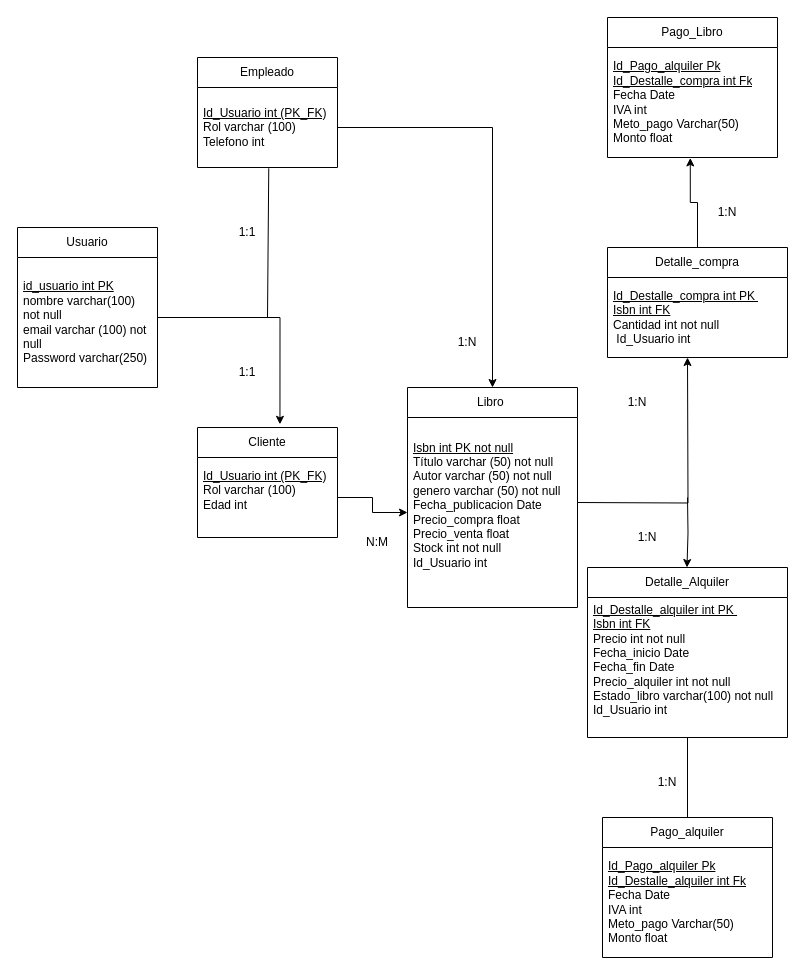
The draw.io diagram Bases de Datos/Diagrama- Modelo relacional .drawio in UserUnknown27/ProyectoFinDeCursoGrupo5, before the edit. Source tidied: cells renumbered, new cells numbered last; positions are measured from the earlier drawing's top-left corner, leaving out a move shared by most shapes. Both pictures are drawn from the tidied source at 100%, with x=0, y=0 at pixel (17, 17).
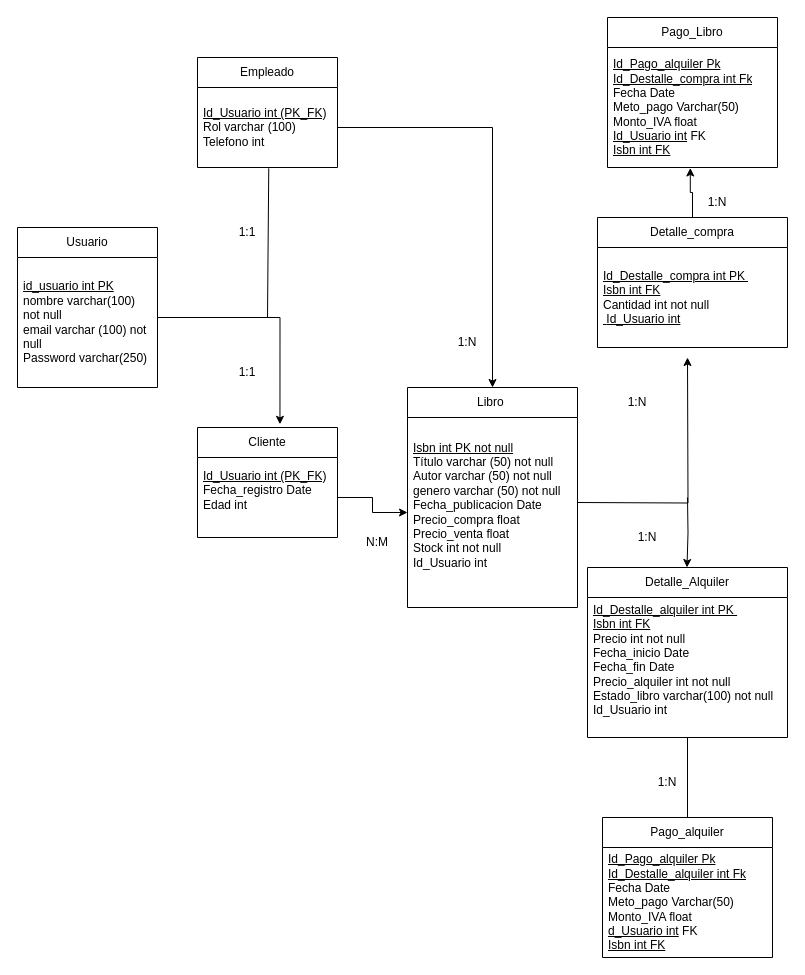
After the change.

Commit message (it also covers changes not shown here):
Modificaciones realizadas a los diagramas de BD para rediseñar la base de datos

Unchanged cells that the change refers to:
```xml
<mxCell id="6" value="Cliente" style="swimlane;fontStyle=0;horizontal=1;startSize=30;whiteSpace=wrap;html=1;" parent="1" vertex="1">
  <mxGeometry x="180" y="410" width="140" height="110" as="geometry" />
</mxCell>
<mxCell id="18" value="Pago_alquiler" style="swimlane;fontStyle=0;horizontal=1;startSize=30;whiteSpace=wrap;html=1;" parent="1" vertex="1">
  <mxGeometry x="585" y="800" width="170" height="140" as="geometry" />
</mxCell>
```

Change to the diagram source:
```diff
@@
-    <mxCell id="7" value="&lt;u&gt;Id_Usuario int (PK_FK)&lt;/u&gt;&lt;div&gt;&lt;div&gt;Rol varchar (100)&lt;/div&gt;&lt;div&gt;Edad int&amp;nbsp;&lt;/div&gt;&lt;div&gt;&lt;br&gt;&lt;/div&gt;&lt;/div&gt;" style="text;strokeColor=none;fillColor=none;align=left;verticalAlign=middle;spacingLeft=4;spacingRight=4;overflow=hidden;points=[[0,0.5],[1,0.5]];portConstraint=eastwest;whiteSpace=wrap;html=1;" parent="6" vertex="1">
+    <mxCell id="7" value="&lt;u&gt;Id_Usuario int (PK_FK)&lt;/u&gt;&lt;div&gt;&lt;div&gt;Fecha_registro Date&amp;nbsp;&lt;/div&gt;&lt;div&gt;Edad int&amp;nbsp;&lt;/div&gt;&lt;div&gt;&lt;br&gt;&lt;/div&gt;&lt;/div&gt;" style="text;strokeColor=none;fillColor=none;align=left;verticalAlign=middle;spacingLeft=4;spacingRight=4;overflow=hidden;points=[[0,0.5],[1,0.5]];portConstraint=eastwest;whiteSpace=wrap;html=1;" parent="6" vertex="1">
       <mxGeometry y="30" width="140" height="80" as="geometry" />
     </mxCell>
@@
     <mxCell id="14" value="Detalle_compra" style="swimlane;fontStyle=0;horizontal=1;startSize=30;whiteSpace=wrap;html=1;" parent="1" vertex="1">
-      <mxGeometry x="590" y="230" width="180" height="110" as="geometry" />
+      <mxGeometry x="580" y="200" width="190" height="130" as="geometry" />
     </mxCell>
-    <mxCell id="15" value="&lt;u&gt;Id_Destalle_compra int PK&amp;nbsp;&lt;/u&gt;&lt;div&gt;&lt;u&gt;Isbn int FK&lt;/u&gt;&lt;/div&gt;&lt;div&gt;Cantidad int not null&amp;nbsp;&lt;/div&gt;&lt;div&gt;&amp;nbsp;&lt;span style=&quot;background-color: transparent; color: light-dark(rgb(0, 0, 0), rgb(255, 255, 255));&quot;&gt;Id_Usuario int&amp;nbsp;&lt;/span&gt;&lt;/div&gt;" style="text;strokeColor=none;fillColor=none;align=left;verticalAlign=middle;spacingLeft=4;spacingRight=4;overflow=hidden;whiteSpace=wrap;html=1;" parent="14" vertex="1">
-      <mxGeometry y="30" width="180" height="80" as="geometry" />
+    <mxCell id="15" value="&lt;u&gt;Id_Destalle_compra int PK&amp;nbsp;&lt;/u&gt;&lt;div&gt;&lt;u&gt;Isbn int FK&lt;/u&gt;&lt;/div&gt;&lt;div&gt;Cantidad int not null&amp;nbsp;&lt;/div&gt;&lt;div&gt;&lt;u&gt;&amp;nbsp;&lt;/u&gt;&lt;span style=&quot;background-color: transparent; color: light-dark(rgb(0, 0, 0), rgb(255, 255, 255));&quot;&gt;&lt;u&gt;Id_Usuario int&lt;/u&gt;&amp;nbsp;&lt;/span&gt;&lt;/div&gt;" style="text;strokeColor=none;fillColor=none;align=left;verticalAlign=middle;spacingLeft=4;spacingRight=4;overflow=hidden;whiteSpace=wrap;html=1;" parent="14" vertex="1">
+      <mxGeometry y="30" width="190" height="100" as="geometry" />
     </mxCell>
@@
-    <mxCell id="19" value="&lt;u&gt;Id_Pago_alquiler Pk&lt;/u&gt;&lt;div&gt;&lt;u&gt;Id_Destalle_alquiler int Fk&lt;/u&gt;&lt;span style=&quot;background-color: transparent; color: light-dark(rgb(0, 0, 0), rgb(255, 255, 255));&quot;&gt;&lt;/span&gt;&lt;/div&gt;&lt;div&gt;&lt;span style=&quot;background-color: transparent; color: light-dark(rgb(0, 0, 0), rgb(255, 255, 255));&quot;&gt;Fecha Date&lt;/span&gt;&lt;div&gt;IVA int&lt;/div&gt;&lt;div&gt;Meto_pago Varchar(50)&lt;/div&gt;&lt;div&gt;Monto float&lt;/div&gt;&lt;/div&gt;" style="text;strokeColor=none;fillColor=none;align=left;verticalAlign=middle;spacingLeft=4;spacingRight=4;overflow=hidden;whiteSpace=wrap;html=1;" parent="18" vertex="1">
+    <mxCell id="19" value="&lt;u&gt;Id_Pago_alquiler Pk&lt;/u&gt;&lt;div&gt;&lt;u&gt;Id_Destalle_alquiler int Fk&lt;/u&gt;&lt;span style=&quot;background-color: transparent; color: light-dark(rgb(0, 0, 0), rgb(255, 255, 255));&quot;&gt;&lt;/span&gt;&lt;/div&gt;&lt;div&gt;&lt;span style=&quot;background-color: transparent; color: light-dark(rgb(0, 0, 0), rgb(255, 255, 255));&quot;&gt;Fecha Date&lt;/span&gt;&lt;div&gt;Meto_pago Varchar(50)&lt;/div&gt;&lt;div&gt;Monto_IVA float&lt;/div&gt;&lt;/div&gt;&lt;div&gt;&lt;div&gt;&lt;u&gt;d_Usuario int&lt;/u&gt;&amp;nbsp;FK&lt;/div&gt;&lt;div&gt;&lt;u&gt;Isbn int FK&lt;/u&gt;&lt;/div&gt;&lt;/div&gt;" style="text;strokeColor=none;fillColor=none;align=left;verticalAlign=middle;spacingLeft=4;spacingRight=4;overflow=hidden;whiteSpace=wrap;html=1;" parent="18" vertex="1">
       <mxGeometry y="30" width="170" height="110" as="geometry" />
     </mxCell>
@@
     <mxCell id="21" value="Pago_Libro" style="swimlane;fontStyle=0;horizontal=1;startSize=30;whiteSpace=wrap;html=1;" parent="1" vertex="1">
-      <mxGeometry x="590" width="170" height="140" as="geometry" />
+      <mxGeometry x="590" width="170" height="150" as="geometry" />
     </mxCell>
-    <mxCell id="22" value="&lt;u&gt;Id_Pago_alquiler Pk&lt;/u&gt;&lt;div&gt;&lt;u&gt;Id_Destalle_compra int Fk&lt;/u&gt;&lt;span style=&quot;background-color: transparent; color: light-dark(rgb(0, 0, 0), rgb(255, 255, 255));&quot;&gt;&lt;/span&gt;&lt;/div&gt;&lt;div&gt;&lt;span style=&quot;background-color: transparent; color: light-dark(rgb(0, 0, 0), rgb(255, 255, 255));&quot;&gt;Fecha Date&lt;/span&gt;&lt;div&gt;IVA int&lt;/div&gt;&lt;div&gt;Meto_pago Varchar(50)&lt;/div&gt;&lt;div&gt;Monto float&lt;/div&gt;&lt;/div&gt;" style="text;strokeColor=none;fillColor=none;align=left;verticalAlign=middle;spacingLeft=4;spacingRight=4;overflow=hidden;points=[[0,0.5],[1,0.5]];portConstraint=eastwest;whiteSpace=wrap;html=1;" parent="21" vertex="1">
-      <mxGeometry y="30" width="170" height="110" as="geometry" />
+    <mxCell id="22" value="&lt;u&gt;Id_Pago_alquiler Pk&lt;/u&gt;&lt;div&gt;&lt;u&gt;Id_Destalle_compra int Fk&lt;/u&gt;&lt;span style=&quot;background-color: transparent; color: light-dark(rgb(0, 0, 0), rgb(255, 255, 255));&quot;&gt;&lt;/span&gt;&lt;/div&gt;&lt;div&gt;&lt;span style=&quot;background-color: transparent; color: light-dark(rgb(0, 0, 0), rgb(255, 255, 255));&quot;&gt;Fecha Date&lt;/span&gt;&lt;div&gt;Meto_pago Varchar(50)&lt;/div&gt;&lt;div&gt;Monto_IVA float&lt;/div&gt;&lt;/div&gt;&lt;div&gt;&lt;u&gt;Id_Usuario int&lt;/u&gt;&amp;nbsp;FK&lt;/div&gt;&lt;div&gt;&lt;u&gt;Isbn int FK&lt;/u&gt;&lt;/div&gt;" style="text;strokeColor=none;fillColor=none;align=left;verticalAlign=middle;spacingLeft=4;spacingRight=4;overflow=hidden;points=[[0,0.5],[1,0.5]];portConstraint=eastwest;whiteSpace=wrap;html=1;" parent="21" vertex="1">
+      <mxGeometry y="30" width="170" height="120" as="geometry" />
     </mxCell>
@@
     <mxCell id="32" value="1:N" style="text;html=1;whiteSpace=wrap;strokeColor=none;fillColor=none;align=center;verticalAlign=middle;rounded=0;" parent="1" vertex="1">
-      <mxGeometry x="680" y="180" width="60" height="30" as="geometry" />
+      <mxGeometry x="670" y="170" width="60" height="30" as="geometry" />
     </mxCell>
```
